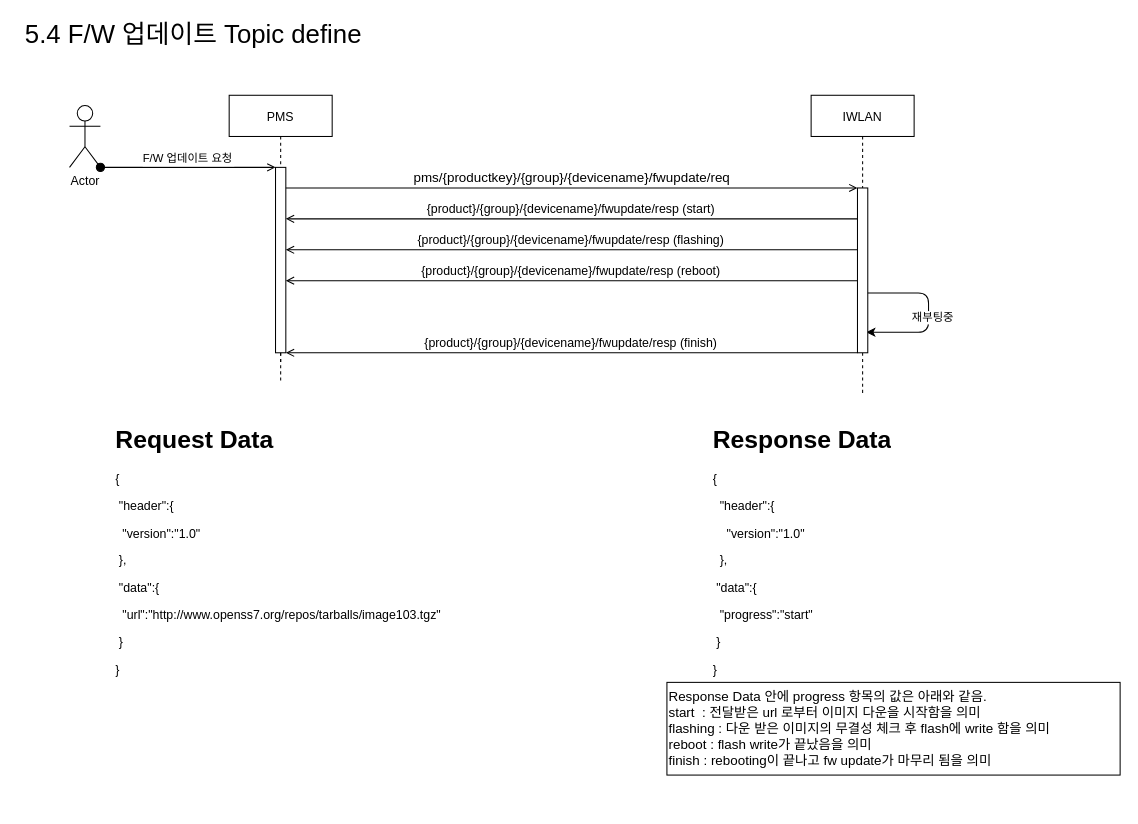
Earlier version of the draw.io diagram page "5.4 F/W 업데이트 Topic define" (2 of 2) of s-project-ota.drawio (carnavi-jskim/draw.io). Source tidied: cells renumbered, new cells numbered last; positions are measured from the earlier drawing's top-left corner, leaving out a move shared by most shapes. Both pictures are drawn from the tidied source at 103%, with x=0, y=0 at pixel (18, 23).
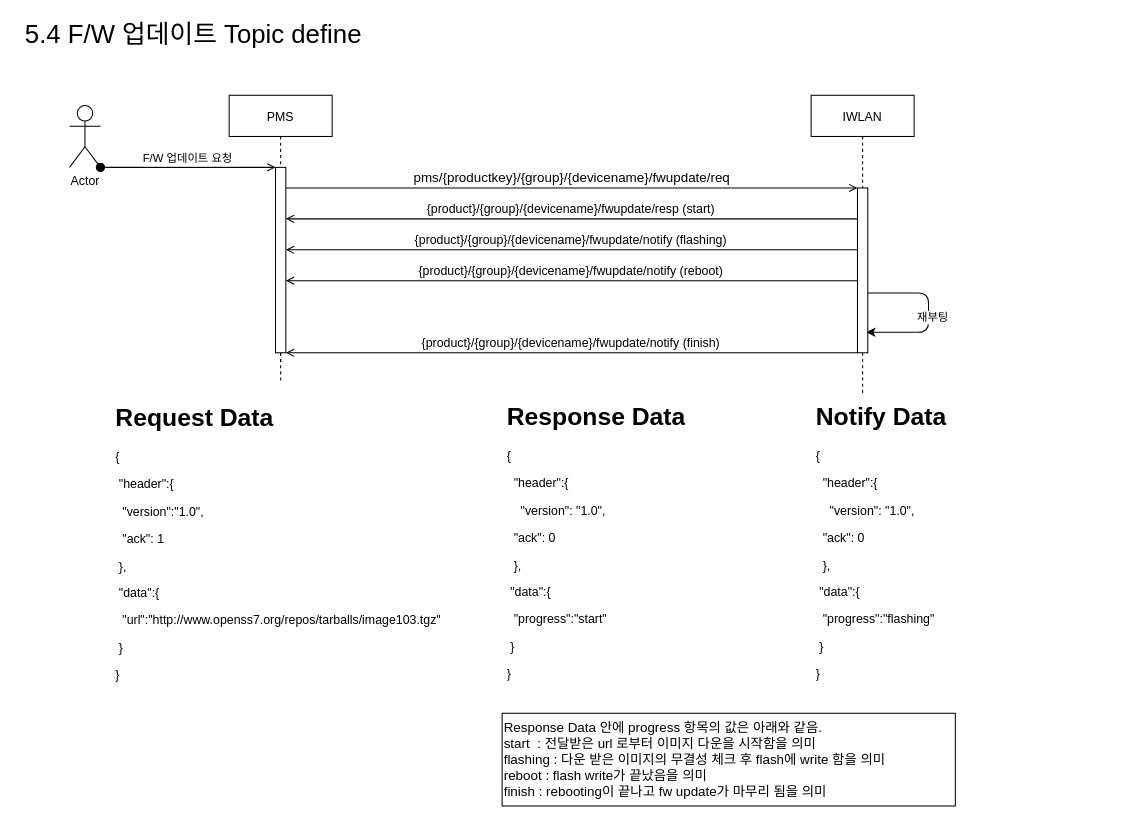
Above is the later version.

Unchanged cells that the change refers to:
```xml
<mxCell id="10" style="endArrow=classic;html=1;exitX=-0.1;exitY=0.51;exitDx=0;exitDy=0;exitPerimeter=0;" parent="9" edge="1">
  <mxGeometry relative="1" as="geometry">
    <mxPoint x="48" y="192" as="sourcePoint" />
    <mxPoint x="53.5" y="230" as="targetPoint" />
    <Array as="points">
      <mxPoint x="114" y="192" />
      <mxPoint x="114" y="230" />
      <mxPoint x="74" y="230" />
    </Array>
  </mxGeometry>
</mxCell>
```

Diff of the diagram source:
```diff
@@
-    <mxCell id="11" value="재부팅중" style="edgeLabel;html=1;align=center;verticalAlign=middle;" parent="10" vertex="1">
+    <mxCell id="11" value="재부팅" style="edgeLabel;html=1;align=center;verticalAlign=middle;" parent="10" vertex="1">
       <mxGeometry x="0.08" y="3" relative="1" as="geometry" />
     </mxCell>
@@
-    <mxCell id="13" value="&lt;h1&gt;Request Data&lt;/h1&gt;&lt;p&gt;{&lt;/p&gt;&lt;p&gt;&lt;span&gt; &lt;/span&gt;&lt;span&gt; &lt;/span&gt;&lt;span style=&quot;white-space: pre&quot;&gt; &lt;/span&gt;&quot;header&quot;:{&lt;br&gt;&lt;/p&gt;&lt;p&gt;&lt;span&gt; &lt;/span&gt;&lt;span&gt; &lt;/span&gt;&lt;span&gt; &lt;/span&gt;&lt;span&gt; &lt;/span&gt;&lt;span style=&quot;white-space: pre&quot;&gt; &lt;/span&gt;&lt;span style=&quot;white-space: pre&quot;&gt; &lt;/span&gt;&quot;version&quot;:&quot;1.0&quot;&lt;/p&gt;&lt;p&gt;&lt;span&gt; &lt;/span&gt;&lt;span&gt; &lt;/span&gt;&lt;span style=&quot;white-space: pre&quot;&gt; &lt;/span&gt;},&lt;br&gt;&lt;/p&gt;&lt;p&gt;&lt;span&gt; &lt;/span&gt;&lt;span style=&quot;white-space: pre&quot;&gt; &lt;/span&gt;&quot;data&quot;:{&lt;/p&gt;&lt;p&gt;&lt;span&gt; &lt;/span&gt;&lt;span&gt; &lt;/span&gt;&lt;span style=&quot;white-space: pre&quot;&gt; &lt;/span&gt;&lt;span style=&quot;white-space: pre&quot;&gt; &lt;/span&gt;&quot;url&quot;:&quot;http://www.openss7.org/repos/tarballs/image103.tgz&quot;&lt;br&gt;&lt;/p&gt;&lt;p&gt;&lt;span&gt; &lt;/span&gt;&lt;span style=&quot;white-space: pre&quot;&gt; &lt;/span&gt;}&lt;/p&gt;&lt;p&gt;}&lt;/p&gt;" style="text;html=1;strokeColor=none;fillColor=none;spacing=5;spacingTop=-20;whiteSpace=wrap;overflow=hidden;rounded=0;fontSize=12;" parent="1" vertex="1">
-      <mxGeometry x="90" y="385" width="430" height="295" as="geometry" />
+    <mxCell id="13" value="&lt;h1&gt;Request Data&lt;/h1&gt;&lt;p&gt;{&lt;/p&gt;&lt;p&gt;&lt;span&gt; &lt;/span&gt;&lt;span&gt; &lt;/span&gt;&lt;span style=&quot;white-space: pre&quot;&gt; &lt;/span&gt;&quot;header&quot;:{&lt;br&gt;&lt;/p&gt;&lt;p&gt;&lt;span&gt; &lt;/span&gt;&lt;span&gt; &lt;/span&gt;&lt;span&gt; &lt;/span&gt;&lt;span&gt; &lt;/span&gt;&lt;span style=&quot;white-space: pre&quot;&gt; &lt;/span&gt;&lt;span style=&quot;white-space: pre&quot;&gt; &lt;/span&gt;&quot;version&quot;:&quot;1.0&quot;,&lt;/p&gt;&lt;p&gt;&lt;span style=&quot;white-space: pre&quot;&gt; &lt;/span&gt;&lt;span style=&quot;white-space: pre&quot;&gt; &lt;/span&gt;&quot;ack&quot;: 1&lt;br&gt;&lt;/p&gt;&lt;p&gt;&lt;span&gt; &lt;/span&gt;&lt;span&gt; &lt;/span&gt;&lt;span style=&quot;white-space: pre&quot;&gt; &lt;/span&gt;},&lt;br&gt;&lt;/p&gt;&lt;p&gt;&lt;span&gt; &lt;/span&gt;&lt;span style=&quot;white-space: pre&quot;&gt; &lt;/span&gt;&quot;data&quot;:{&lt;/p&gt;&lt;p&gt;&lt;span&gt; &lt;/span&gt;&lt;span&gt; &lt;/span&gt;&lt;span style=&quot;white-space: pre&quot;&gt; &lt;/span&gt;&lt;span style=&quot;white-space: pre&quot;&gt; &lt;/span&gt;&quot;url&quot;:&quot;http://www.openss7.org/repos/tarballs/image103.tgz&quot;&lt;br&gt;&lt;/p&gt;&lt;p&gt;&lt;span&gt; &lt;/span&gt;&lt;span style=&quot;white-space: pre&quot;&gt; &lt;/span&gt;}&lt;/p&gt;&lt;p&gt;}&lt;/p&gt;" style="text;html=1;strokeColor=none;fillColor=none;spacing=5;spacingTop=-20;whiteSpace=wrap;overflow=hidden;rounded=0;fontSize=12;" parent="1" vertex="1">
+      <mxGeometry x="90" y="364" width="370" height="325" as="geometry" />
     </mxCell>
-    <mxCell id="14" value="&lt;h1&gt;Response Data&lt;/h1&gt;&lt;p&gt;{&lt;/p&gt;&lt;p&gt;&lt;span style=&quot;white-space: pre&quot;&gt; &lt;span style=&quot;white-space: pre&quot;&gt; &lt;/span&gt;&lt;/span&gt;&quot;header&quot;:{&lt;br&gt;&lt;/p&gt;&lt;p&gt;&lt;span style=&quot;white-space: pre&quot;&gt; &lt;/span&gt;&lt;span style=&quot;white-space: pre&quot;&gt; &lt;span style=&quot;white-space: pre&quot;&gt; &lt;/span&gt;&lt;span style=&quot;white-space: pre&quot;&gt; &lt;/span&gt;&lt;/span&gt;&quot;version&quot;:&quot;1.0&quot;&lt;/p&gt;&lt;p&gt;&lt;span style=&quot;white-space: pre&quot;&gt; &lt;span style=&quot;white-space: pre&quot;&gt; &lt;/span&gt;&lt;/span&gt;},&lt;br&gt;&lt;/p&gt;&lt;p&gt;&lt;span style=&quot;white-space: pre&quot;&gt; &lt;/span&gt;&quot;data&quot;:{&lt;/p&gt;&lt;p&gt;&lt;span style=&quot;white-space: pre&quot;&gt; &lt;/span&gt;&lt;span style=&quot;white-space: pre&quot;&gt; &lt;/span&gt;&quot;progress&quot;:&quot;start&quot;&lt;br&gt;&lt;/p&gt;&lt;p&gt;&lt;span style=&quot;white-space: pre&quot;&gt; &lt;/span&gt;}&lt;/p&gt;&lt;p&gt;}&lt;/p&gt;" style="text;html=1;strokeColor=none;fillColor=none;spacing=5;spacingTop=-20;whiteSpace=wrap;overflow=hidden;rounded=0;fontSize=12;" parent="1" vertex="1">
-      <mxGeometry x="670" y="385" width="330" height="255" as="geometry" />
+    <mxCell id="14" value="&lt;h1&gt;Response Data&lt;/h1&gt;&lt;p&gt;{&lt;/p&gt;&lt;p&gt;&lt;span style=&quot;white-space: pre&quot;&gt; &lt;span style=&quot;white-space: pre&quot;&gt; &lt;/span&gt;&lt;/span&gt;&quot;header&quot;:{&lt;br&gt;&lt;/p&gt;&lt;p&gt;&lt;span style=&quot;white-space: pre&quot;&gt; &lt;/span&gt;&lt;span style=&quot;white-space: pre&quot;&gt; &lt;span style=&quot;white-space: pre&quot;&gt; &lt;/span&gt;&lt;span style=&quot;white-space: pre&quot;&gt; &lt;/span&gt;&lt;/span&gt;&quot;version&quot;: &quot;1.0&quot;,&lt;/p&gt;&lt;p&gt;&lt;span style=&quot;white-space: pre&quot;&gt; &lt;/span&gt;&lt;span style=&quot;white-space: pre&quot;&gt; &lt;/span&gt;&quot;ack&quot;: 0&lt;br&gt;&lt;/p&gt;&lt;p&gt;&lt;span style=&quot;white-space: pre&quot;&gt; &lt;span style=&quot;white-space: pre&quot;&gt; &lt;/span&gt;&lt;/span&gt;},&lt;br&gt;&lt;/p&gt;&lt;p&gt;&lt;span style=&quot;white-space: pre&quot;&gt; &lt;/span&gt;&quot;data&quot;:{&lt;/p&gt;&lt;p&gt;&lt;span style=&quot;white-space: pre&quot;&gt; &lt;/span&gt;&lt;span style=&quot;white-space: pre&quot;&gt; &lt;/span&gt;&quot;progress&quot;:&quot;start&quot;&lt;br&gt;&lt;/p&gt;&lt;p&gt;&lt;span style=&quot;white-space: pre&quot;&gt; &lt;/span&gt;}&lt;/p&gt;&lt;p&gt;}&lt;/p&gt;" style="text;html=1;strokeColor=none;fillColor=none;spacing=5;spacingTop=-20;whiteSpace=wrap;overflow=hidden;rounded=0;fontSize=12;" parent="1" vertex="1">
+      <mxGeometry x="470" y="363" width="210" height="276" as="geometry" />
     </mxCell>
@@
     <mxCell id="16" value="&lt;font style=&quot;font-size: 13px&quot;&gt;Response Data 안에 progress 항목의 값은 아래와 같음.&lt;br&gt;&lt;div&gt;&lt;span&gt;start&lt;span style=&quot;white-space: pre&quot;&gt; &lt;/span&gt;&lt;span style=&quot;white-space: pre&quot;&gt; &lt;/span&gt;: 전달받은 url 로부터 이미지 다운을 시작함을 의미&lt;/span&gt;&lt;/div&gt;&lt;div&gt;&lt;span&gt;flashing&lt;span style=&quot;white-space: pre&quot;&gt; &lt;/span&gt;: 다운 받은 이미지의 무결성 체크 후 flash에 write 함을 의미&lt;/span&gt;&lt;/div&gt;&lt;div&gt;&lt;span&gt;reboot&lt;span style=&quot;white-space: pre&quot;&gt; &lt;/span&gt;: flash write가 끝났음을 의미&lt;/span&gt;&lt;/div&gt;&lt;div&gt;finish&lt;span style=&quot;white-space: pre&quot;&gt; &lt;/span&gt;: rebooting이 끝나고 fw update가 마무리 됨을 의미&lt;/div&gt;&lt;/font&gt;" style="rounded=0;whiteSpace=wrap;html=1;align=left;" parent="1" vertex="1">
-      <mxGeometry x="630" y="640" width="440" height="90" as="geometry" />
+      <mxGeometry x="470" y="670" width="440" height="90" as="geometry" />
     </mxCell>
-    <mxCell id="17" value="{product}/{group}/{devicename}/fwupdate/resp (flashing)" style="verticalAlign=bottom;endArrow=open;entryX=1;entryY=0;shadow=0;strokeWidth=1;fontSize=12;endFill=0;" parent="1" edge="1">
+    <mxCell id="17" value="{product}/{group}/{devicename}/fwupdate/notify (flashing)" style="verticalAlign=bottom;endArrow=open;entryX=1;entryY=0;shadow=0;strokeWidth=1;fontSize=12;endFill=0;" parent="1" edge="1">
       <mxGeometry relative="1" as="geometry">
         <mxPoint x="815" y="220" as="sourcePoint" />
         <mxPoint x="260" y="220" as="targetPoint" />
       </mxGeometry>
     </mxCell>
-    <mxCell id="18" value="{product}/{group}/{devicename}/fwupdate/resp (reboot)" style="verticalAlign=bottom;endArrow=open;entryX=1;entryY=0;shadow=0;strokeWidth=1;fontSize=12;endFill=0;" parent="1" edge="1">
+    <mxCell id="18" value="{product}/{group}/{devicename}/fwupdate/notify (reboot)" style="verticalAlign=bottom;endArrow=open;entryX=1;entryY=0;shadow=0;strokeWidth=1;fontSize=12;endFill=0;" parent="1" edge="1">
       <mxGeometry relative="1" as="geometry">
         <mxPoint x="815" y="250" as="sourcePoint" />
         <mxPoint x="260" y="250" as="targetPoint" />
       </mxGeometry>
     </mxCell>
-    <mxCell id="19" value="{product}/{group}/{devicename}/fwupdate/resp (finish)" style="verticalAlign=bottom;endArrow=open;entryX=1;entryY=0;shadow=0;strokeWidth=1;fontSize=12;endFill=0;" parent="1" edge="1">
+    <mxCell id="19" value="{product}/{group}/{devicename}/fwupdate/notify (finish)" style="verticalAlign=bottom;endArrow=open;entryX=1;entryY=0;shadow=0;strokeWidth=1;fontSize=12;endFill=0;" parent="1" edge="1">
       <mxGeometry relative="1" as="geometry">
         <mxPoint x="815" y="320" as="sourcePoint" />
         <mxPoint x="260" y="320" as="targetPoint" />
       </mxGeometry>
     </mxCell>
+    <mxCell id="20" value="&lt;h1&gt;Notify Data&lt;/h1&gt;&lt;p&gt;{&lt;/p&gt;&lt;p&gt;&lt;span style=&quot;white-space: pre&quot;&gt; &lt;span style=&quot;white-space: pre&quot;&gt; &lt;/span&gt;&lt;/span&gt;&quot;header&quot;:{&lt;br&gt;&lt;/p&gt;&lt;p&gt;&lt;span style=&quot;white-space: pre&quot;&gt; &lt;/span&gt;&lt;span style=&quot;white-space: pre&quot;&gt; &lt;span style=&quot;white-space: pre&quot;&gt; &lt;/span&gt;&lt;span style=&quot;white-space: pre&quot;&gt; &lt;/span&gt;&lt;/span&gt;&quot;version&quot;: &quot;1.0&quot;,&lt;/p&gt;&lt;p&gt;&lt;span style=&quot;white-space: pre&quot;&gt; &lt;/span&gt;&lt;span style=&quot;white-space: pre&quot;&gt; &lt;/span&gt;&quot;ack&quot;: 0&lt;br&gt;&lt;/p&gt;&lt;p&gt;&lt;span style=&quot;white-space: pre&quot;&gt; &lt;span style=&quot;white-space: pre&quot;&gt; &lt;/span&gt;&lt;/span&gt;},&lt;br&gt;&lt;/p&gt;&lt;p&gt;&lt;span style=&quot;white-space: pre&quot;&gt; &lt;/span&gt;&quot;data&quot;:{&lt;/p&gt;&lt;p&gt;&lt;span style=&quot;white-space: pre&quot;&gt; &lt;/span&gt;&lt;span style=&quot;white-space: pre&quot;&gt; &lt;/span&gt;&quot;progress&quot;:&quot;flashing&quot;&lt;br&gt;&lt;/p&gt;&lt;p&gt;&lt;span style=&quot;white-space: pre&quot;&gt; &lt;/span&gt;}&lt;/p&gt;&lt;p&gt;}&lt;/p&gt;" style="text;html=1;strokeColor=none;fillColor=none;spacing=5;spacingTop=-20;whiteSpace=wrap;overflow=hidden;rounded=0;fontSize=12;" parent="1" vertex="1">
+      <mxGeometry x="770" y="363" width="210" height="276" as="geometry" />
+    </mxCell>
```
